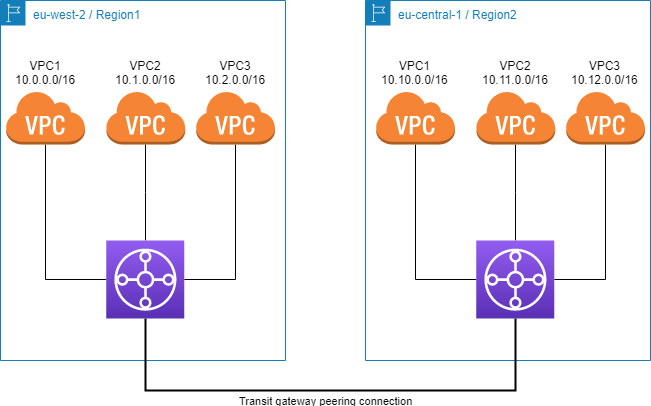
Above: files/tgw-inter-region-peering-example.png in lejmr/docs-transit-network-in-a-cloud (draw.io), before the change. Source tidied: cells renumbered, new cells last; positions are measured from the earlier drawing's top-left corner, leaving out a move shared by most shapes. Source of this version:
```xml
<mxGraphModel>
  <root>
    <mxCell id="0" />
    <mxCell id="1" value="Background" parent="0" />
    <mxCell id="2" value="eu-west-2 / Region1" style="gradientColor=none;html=1;whiteSpace=wrap;fontSize=12;fontStyle=0;shape=mxgraph.aws4.group;grIcon=mxgraph.aws4.group_region;strokeColor=#147EBA;fillColor=none;verticalAlign=top;align=left;spacingLeft=30;fontColor=#147EBA;dashed=0;" parent="1" vertex="1">
      <mxGeometry width="285" height="360" as="geometry" />
    </mxCell>
    <mxCell id="3" value="eu-central-1 / Region2" style="gradientColor=none;html=1;whiteSpace=wrap;fontSize=12;fontStyle=0;shape=mxgraph.aws4.group;grIcon=mxgraph.aws4.group_region;strokeColor=#147EBA;fillColor=none;verticalAlign=top;align=left;spacingLeft=30;fontColor=#147EBA;dashed=0;" parent="1" vertex="1">
      <mxGeometry x="365" width="285" height="360" as="geometry" />
    </mxCell>
    <mxCell id="4" parent="0" />
    <mxCell id="5" style="edgeStyle=orthogonalEdgeStyle;rounded=0;jettySize=auto;html=1;endArrow=none;endFill=0;" parent="4" edge="1" source="9" target="10">
      <mxGeometry relative="1" as="geometry" />
    </mxCell>
    <mxCell id="6" style="edgeStyle=orthogonalEdgeStyle;rounded=0;jettySize=auto;html=1;entryX=0.5;entryY=1;entryDx=0;entryDy=0;entryPerimeter=0;endArrow=none;endFill=0;" parent="4" edge="1" source="9" target="11">
      <mxGeometry relative="1" as="geometry" />
    </mxCell>
    <mxCell id="7" style="edgeStyle=orthogonalEdgeStyle;rounded=0;jettySize=auto;html=1;endArrow=none;endFill=0;" parent="4" edge="1" source="9" target="12">
      <mxGeometry relative="1" as="geometry" />
    </mxCell>
    <mxCell id="8" value="Transit gateway peering connection" style="edgeStyle=orthogonalEdgeStyle;rounded=0;orthogonalLoop=1;jettySize=auto;html=1;endArrow=none;endFill=0;strokeWidth=2;" parent="4" edge="1">
      <mxGeometry x="-0.02" y="-10" relative="1" as="geometry">
        <mxPoint x="144.8" y="318" as="sourcePoint" />
        <mxPoint x="515" y="318" as="targetPoint" />
        <Array as="points">
          <mxPoint x="145" y="390" />
          <mxPoint x="515" y="390" />
        </Array>
      </mxGeometry>
    </mxCell>
    <mxCell id="9" style="outlineConnect=0;fontColor=#232F3E;gradientColor=#945DF2;gradientDirection=north;fillColor=#5A30B5;strokeColor=#ffffff;dashed=0;verticalLabelPosition=bottom;verticalAlign=top;align=center;html=1;fontSize=12;fontStyle=0;shape=mxgraph.aws4.resourceIcon;resIcon=mxgraph.aws4.transit_gateway;" parent="4" vertex="1">
      <mxGeometry x="105.8" y="240" width="78" height="78" as="geometry" />
    </mxCell>
    <mxCell id="10" value="&lt;div&gt;VPC1&lt;/div&gt;&lt;div&gt;10.0.0.0/16&lt;br&gt;&lt;/div&gt;" style="outlineConnect=0;dashed=0;verticalLabelPosition=top;verticalAlign=bottom;align=center;html=1;shape=mxgraph.aws3.virtual_private_cloud;fillColor=#F58534;gradientColor=none;labelPosition=center;" parent="4" vertex="1">
      <mxGeometry x="5" y="90" width="79.5" height="54" as="geometry" />
    </mxCell>
    <mxCell id="11" value="&lt;div&gt;VPC2&lt;/div&gt;&lt;div&gt;10.1.0.0/16&lt;br&gt;&lt;/div&gt;" style="outlineConnect=0;dashed=0;verticalLabelPosition=top;verticalAlign=bottom;align=center;html=1;shape=mxgraph.aws3.virtual_private_cloud;fillColor=#F58534;gradientColor=none;labelPosition=center;" parent="4" vertex="1">
      <mxGeometry x="105.2" y="90" width="79.5" height="54" as="geometry" />
    </mxCell>
    <mxCell id="12" value="&lt;div&gt;VPC3&lt;/div&gt;&lt;div&gt;10.2.0.0/16&lt;br&gt;&lt;/div&gt;" style="outlineConnect=0;dashed=0;verticalLabelPosition=top;verticalAlign=bottom;align=center;html=1;shape=mxgraph.aws3.virtual_private_cloud;fillColor=#F58534;gradientColor=none;labelPosition=center;" parent="4" vertex="1">
      <mxGeometry x="195" y="90" width="79.5" height="54" as="geometry" />
    </mxCell>
    <mxCell id="13" style="edgeStyle=orthogonalEdgeStyle;rounded=0;jettySize=auto;html=1;endArrow=none;endFill=0;" parent="4" edge="1" source="16" target="17">
      <mxGeometry relative="1" as="geometry" />
    </mxCell>
    <mxCell id="14" style="edgeStyle=orthogonalEdgeStyle;rounded=0;jettySize=auto;html=1;entryX=0.5;entryY=1;entryDx=0;entryDy=0;entryPerimeter=0;endArrow=none;endFill=0;" parent="4" edge="1" source="16" target="18">
      <mxGeometry relative="1" as="geometry" />
    </mxCell>
    <mxCell id="15" style="edgeStyle=orthogonalEdgeStyle;rounded=0;jettySize=auto;html=1;endArrow=none;endFill=0;" parent="4" edge="1" source="16" target="19">
      <mxGeometry relative="1" as="geometry" />
    </mxCell>
    <mxCell id="16" style="outlineConnect=0;fontColor=#232F3E;gradientColor=#945DF2;gradientDirection=north;fillColor=#5A30B5;strokeColor=#ffffff;dashed=0;verticalLabelPosition=bottom;verticalAlign=top;align=center;html=1;fontSize=12;fontStyle=0;shape=mxgraph.aws4.resourceIcon;resIcon=mxgraph.aws4.transit_gateway;" parent="4" vertex="1">
      <mxGeometry x="475.8" y="240" width="78" height="78" as="geometry" />
    </mxCell>
    <mxCell id="17" value="&lt;div&gt;VPC1&lt;/div&gt;&lt;div&gt;10.10.0.0/16&lt;br&gt;&lt;/div&gt;" style="outlineConnect=0;dashed=0;verticalLabelPosition=top;verticalAlign=bottom;align=center;html=1;shape=mxgraph.aws3.virtual_private_cloud;fillColor=#F58534;gradientColor=none;labelPosition=center;" parent="4" vertex="1">
      <mxGeometry x="375" y="90" width="79.5" height="54" as="geometry" />
    </mxCell>
    <mxCell id="18" value="&lt;div&gt;VPC2&lt;/div&gt;&lt;div&gt;10.11.0.0/16&lt;br&gt;&lt;/div&gt;" style="outlineConnect=0;dashed=0;verticalLabelPosition=top;verticalAlign=bottom;align=center;html=1;shape=mxgraph.aws3.virtual_private_cloud;fillColor=#F58534;gradientColor=none;labelPosition=center;" parent="4" vertex="1">
      <mxGeometry x="475.2" y="90" width="79.5" height="54" as="geometry" />
    </mxCell>
    <mxCell id="19" value="&lt;div&gt;VPC3&lt;/div&gt;&lt;div&gt;10.12.0.0/16&lt;br&gt;&lt;/div&gt;" style="outlineConnect=0;dashed=0;verticalLabelPosition=top;verticalAlign=bottom;align=center;html=1;shape=mxgraph.aws3.virtual_private_cloud;fillColor=#F58534;gradientColor=none;labelPosition=center;" parent="4" vertex="1">
      <mxGeometry x="565" y="90" width="79.5" height="54" as="geometry" />
    </mxCell>
  </root>
</mxGraphModel>
```
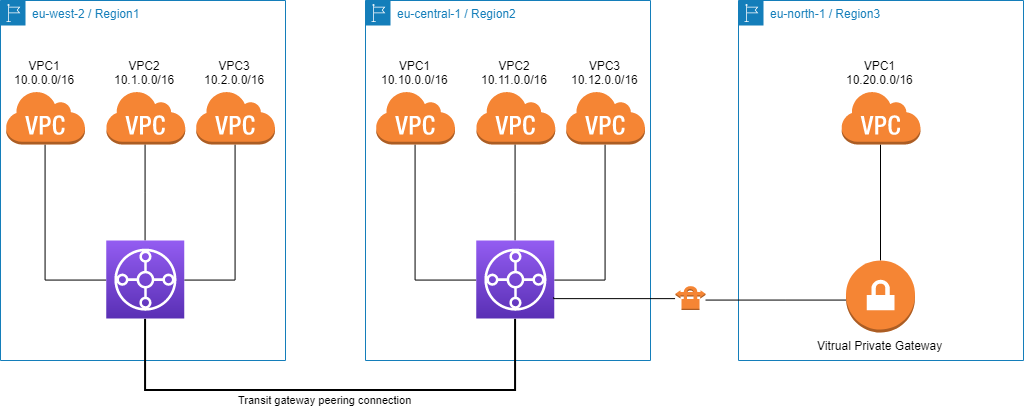
Later version of the same file.

Commit message:
Update of AWS overview

Diff of the diagram source:
```diff
@@ -8,6 +8,9 @@
     <mxCell id="3" value="eu-central-1 / Region2" style="gradientColor=none;html=1;whiteSpace=wrap;fontSize=12;fontStyle=0;shape=mxgraph.aws4.group;grIcon=mxgraph.aws4.group_region;strokeColor=#147EBA;fillColor=none;verticalAlign=top;align=left;spacingLeft=30;fontColor=#147EBA;dashed=0;" parent="1" vertex="1">
       <mxGeometry x="365" width="285" height="360" as="geometry" />
     </mxCell>
+    <mxCell id="20" value="eu-north-1 / Region3" style="gradientColor=none;html=1;whiteSpace=wrap;fontSize=12;fontStyle=0;shape=mxgraph.aws4.group;grIcon=mxgraph.aws4.group_region;strokeColor=#147EBA;fillColor=none;verticalAlign=top;align=left;spacingLeft=30;fontColor=#147EBA;dashed=0;" parent="1" vertex="1">
+      <mxGeometry x="738" width="285" height="360" as="geometry" />
+    </mxCell>
     <mxCell id="4" parent="0" />
     <mxCell id="5" style="edgeStyle=orthogonalEdgeStyle;rounded=0;jettySize=auto;html=1;endArrow=none;endFill=0;" parent="4" edge="1" source="9" target="10">
       <mxGeometry relative="1" as="geometry" />
@@ -49,6 +52,13 @@
     <mxCell id="15" style="edgeStyle=orthogonalEdgeStyle;rounded=0;jettySize=auto;html=1;endArrow=none;endFill=0;" parent="4" edge="1" source="16" target="19">
       <mxGeometry relative="1" as="geometry" />
     </mxCell>
+    <mxCell id="21" style="edgeStyle=orthogonalEdgeStyle;rounded=0;jettySize=auto;html=1;endArrow=none;endFill=0;" parent="4" edge="1" source="23" target="22">
+      <mxGeometry relative="1" as="geometry">
+        <Array as="points">
+          <mxPoint x="875" y="290" />
+        </Array>
+      </mxGeometry>
+    </mxCell>
     <mxCell id="16" style="outlineConnect=0;fontColor=#232F3E;gradientColor=#945DF2;gradientDirection=north;fillColor=#5A30B5;strokeColor=#ffffff;dashed=0;verticalLabelPosition=bottom;verticalAlign=top;align=center;html=1;fontSize=12;fontStyle=0;shape=mxgraph.aws4.resourceIcon;resIcon=mxgraph.aws4.transit_gateway;" parent="4" vertex="1">
       <mxGeometry x="475.8" y="240" width="78" height="78" as="geometry" />
     </mxCell>
@@ -61,5 +71,32 @@
     <mxCell id="19" value="&lt;div&gt;VPC3&lt;/div&gt;&lt;div&gt;10.12.0.0/16&lt;br&gt;&lt;/div&gt;" style="outlineConnect=0;dashed=0;verticalLabelPosition=top;verticalAlign=bottom;align=center;html=1;shape=mxgraph.aws3.virtual_private_cloud;fillColor=#F58534;gradientColor=none;labelPosition=center;" parent="4" vertex="1">
       <mxGeometry x="565" y="90" width="79.5" height="54" as="geometry" />
     </mxCell>
+    <mxCell id="22" value="&lt;div&gt;VPC1&lt;/div&gt;&lt;div&gt;10.20.0.0/16&lt;br&gt;&lt;/div&gt;" style="outlineConnect=0;dashed=0;verticalLabelPosition=top;verticalAlign=bottom;align=center;html=1;shape=mxgraph.aws3.virtual_private_cloud;fillColor=#F58534;gradientColor=none;labelPosition=center;" parent="4" vertex="1">
+      <mxGeometry x="840.5" y="90" width="79.5" height="54" as="geometry" />
+    </mxCell>
+    <mxCell id="23" value="Vitrual Private Gateway" style="outlineConnect=0;dashed=0;verticalLabelPosition=bottom;verticalAlign=top;align=center;html=1;shape=mxgraph.aws3.vpn_gateway;fillColor=#F58534;gradientColor=none;" parent="4" vertex="1">
+      <mxGeometry x="845.5" y="260" width="69" height="72" as="geometry" />
+    </mxCell>
+    <mxCell id="24" style="edgeStyle=orthogonalEdgeStyle;rounded=0;jettySize=auto;html=1;endArrow=none;endFill=0;" parent="4" edge="1" source="25" target="23">
+      <mxGeometry relative="1" as="geometry">
+        <Array as="points">
+          <mxPoint x="785" y="300" />
+          <mxPoint x="785" y="300" />
+        </Array>
+      </mxGeometry>
+    </mxCell>
+    <mxCell id="25" style="outlineConnect=0;dashed=0;verticalLabelPosition=bottom;verticalAlign=top;align=center;html=1;shape=mxgraph.aws3.vpn_connection;fillColor=#F58534;gradientColor=none;" parent="4" vertex="1">
+      <mxGeometry x="675" y="285" width="30" height="24.6" as="geometry" />
+    </mxCell>
+    <mxCell id="26" style="edgeStyle=orthogonalEdgeStyle;rounded=0;orthogonalLoop=1;jettySize=auto;html=1;endArrow=none;endFill=0;" parent="4" edge="1">
+      <mxGeometry relative="1" as="geometry">
+        <mxPoint x="553.8" y="296.2" as="sourcePoint" />
+        <mxPoint x="675" y="298.2" as="targetPoint" />
+        <Array as="points">
+          <mxPoint x="554" y="298" />
+          <mxPoint x="614" y="298" />
+        </Array>
+      </mxGeometry>
+    </mxCell>
   </root>
 </mxGraphModel>
```
